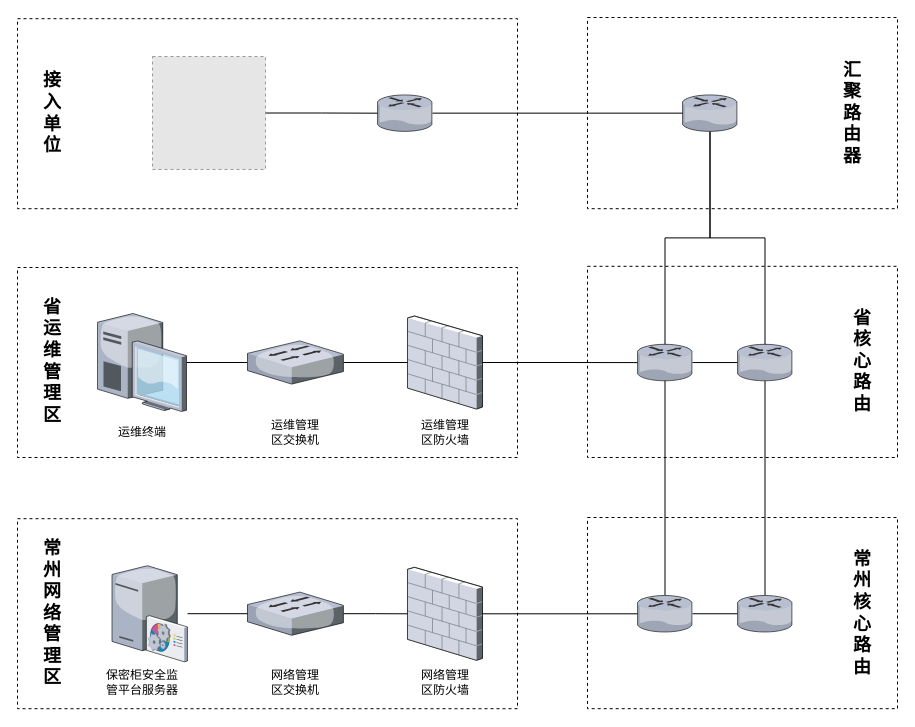
This is 南京项目网络拓扑图.drawio from captain188/draw.io, a draw.io file, before an edit. Source tidied: cells renumbered, new cells numbered last; positions are measured from the earlier drawing's top-left corner, leaving out a move shared by most shapes. Both pictures are drawn from the tidied source at 100%, with x=0, y=0 at pixel (17, 17). Pictures stored in the file or linked from it are replaced by grey dashed boxes.
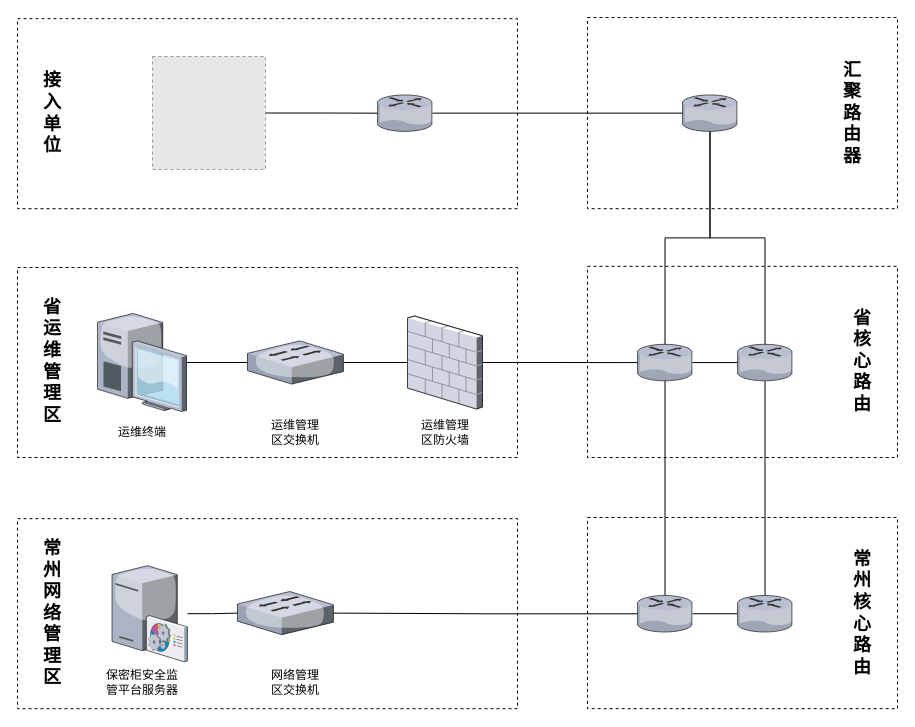
Above is the later version.

Commit message:
更新南京项目网络拓扑图.drawio

The change refers to these unchanged cells:
```xml
<mxCell id="14" style="verticalLabelPosition=bottom;sketch=0;html=1;verticalAlign=top;strokeColor=none;align=center;outlineConnect=0;shape=mxgraph.citrix.router;" parent="1" vertex="1">
  <mxGeometry x="620" y="578" width="55" height="36.5" as="geometry" />
</mxCell>
```

The edit, as a diff of the source:
```diff
@@
-    <mxCell id="19" style="verticalLabelPosition=bottom;sketch=0;html=1;verticalAlign=top;strokeColor=none;align=center;outlineConnect=0;shape=mxgraph.citrix.firewall;" parent="1" vertex="1">
-      <mxGeometry x="390" y="549.8" width="75" height="93" as="geometry" />
-    </mxCell>
-    <mxCell id="20" style="edgeStyle=orthogonalEdgeStyle;rounded=0;jettySize=auto;html=1;endArrow=none;endFill=0;" parent="1" edge="1" source="21" target="19">
-      <mxGeometry relative="1" as="geometry" />
-    </mxCell>
     <mxCell id="21" style="verticalLabelPosition=bottom;sketch=0;html=1;verticalAlign=top;strokeColor=none;align=center;outlineConnect=0;shape=mxgraph.citrix.switch;" parent="1" vertex="1">
-      <mxGeometry x="230" y="574.6" width="95.9" height="43.2" as="geometry" />
+      <mxGeometry x="220" y="574" width="95.9" height="43.2" as="geometry" />
     </mxCell>
-    <mxCell id="22" style="edgeStyle=orthogonalEdgeStyle;rounded=0;jettySize=auto;html=1;endArrow=none;endFill=0;" parent="1" edge="1" source="14" target="19">
-      <mxGeometry relative="1" as="geometry" />
-    </mxCell>
@@
-    <mxCell id="35" value="网络管理区防火墙" style="text;strokeColor=none;align=center;fillColor=none;html=1;verticalAlign=middle;whiteSpace=wrap;rounded=0;" parent="1" vertex="1">
-      <mxGeometry x="397.5" y="650" width="60" height="30" as="geometry" />
-    </mxCell>
@@
+    <mxCell id="47" style="edgeStyle=orthogonalEdgeStyle;rounded=0;jettySize=auto;html=1;endArrow=none;endFill=0;" parent="1" edge="1" source="14" target="21">
+      <mxGeometry relative="1" as="geometry" />
+    </mxCell>
```
